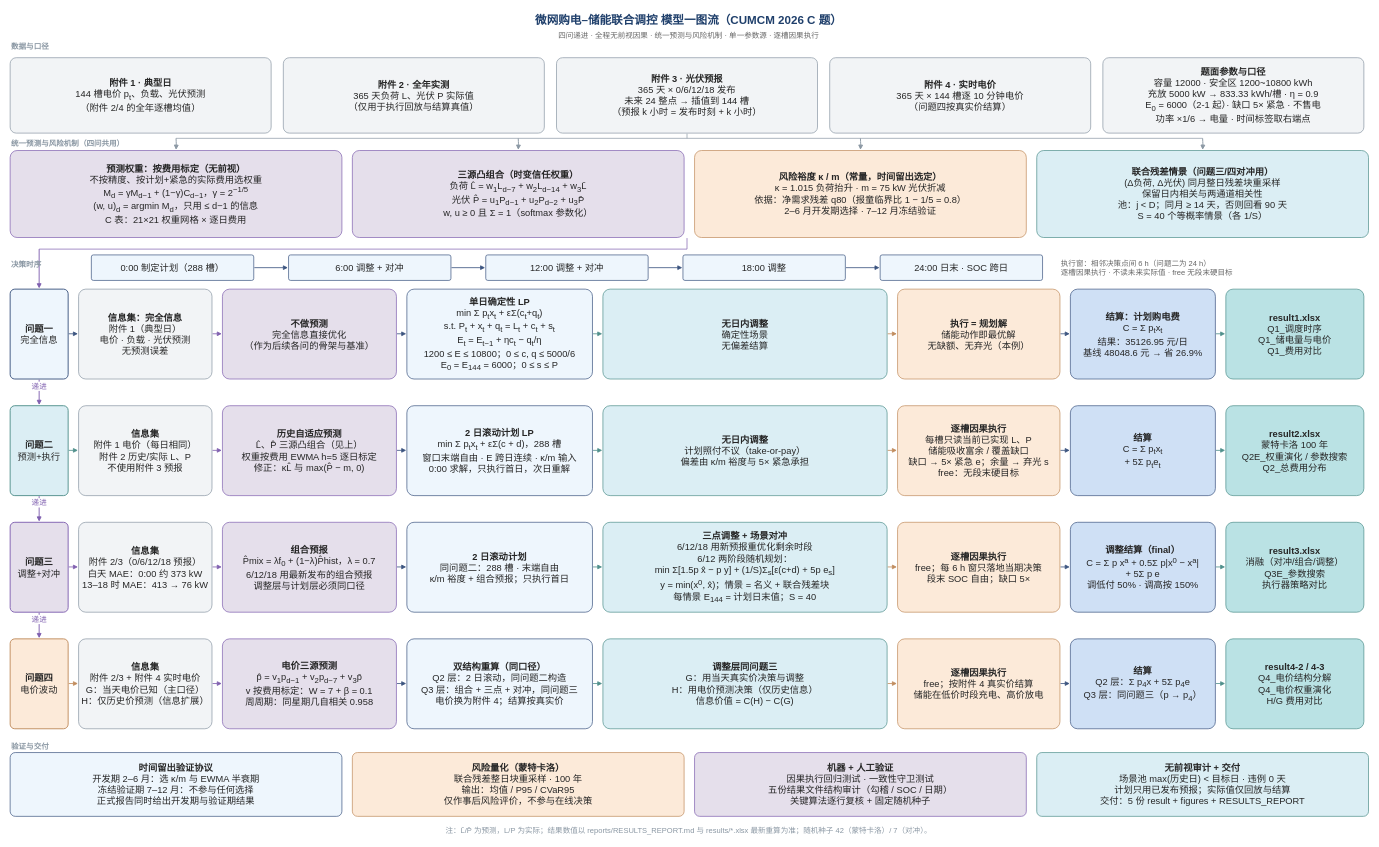
Above: figures/模型一图流.drawio in sophia7320/math_model (draw.io), before the change. Source tidied: cells renumbered, new cells numbered last; positions are measured from the earlier drawing's top-left corner, leaving out a move shared by most shapes. Both pictures are drawn from the tidied source at 58%, with x=0, y=0 at pixel (10, 10).
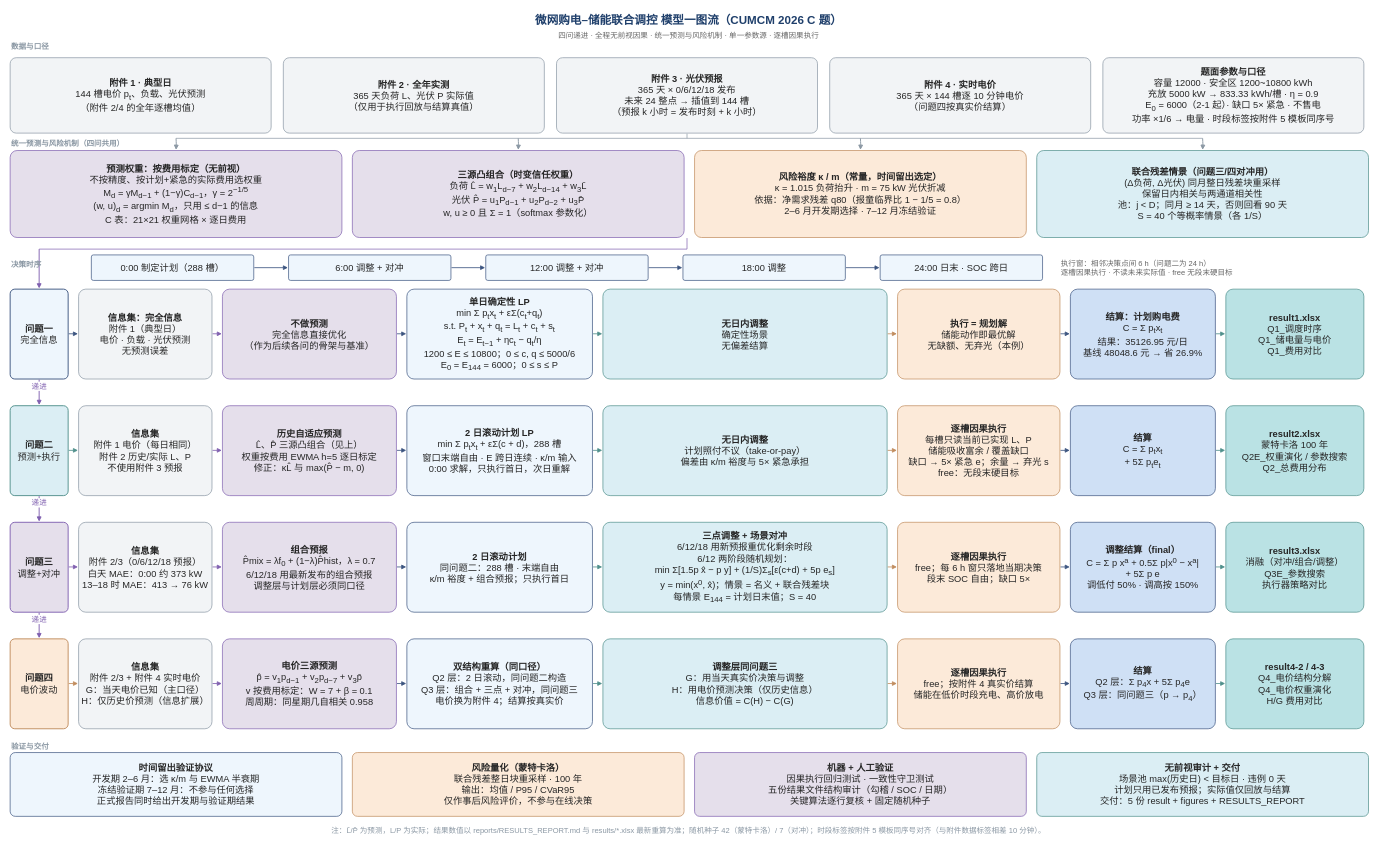
Above is the later version.

Change to the diagram source:
```diff
@@
-    <mxCell id="9" value="&lt;b&gt;题面参数与口径&lt;/b&gt;&lt;br&gt;容量 12000 · 安全区 1200~10800 kWh&lt;br&gt;充放 5000 kW → 833.33 kWh/槽 · η = 0.9&lt;br&gt;E&lt;sub&gt;0&lt;/sub&gt; = 6000（2-1 起）· 缺口 5× 紧急 · 不售电&lt;br&gt;功率 ×1/6 → 电量 · 时间标签取右端点" style="rounded=1;arcSize=8;whiteSpace=wrap;html=1;fillColor=#f2f4f6;strokeColor=#8a97a3;strokeWidth=1.2;fontSize=16;fontFamily=Microsoft YaHei,PingFang SC,Helvetica;align=center;verticalAlign=middle;fontColor=#262626;" parent="1" vertex="1">
+    <mxCell id="9" value="&lt;b&gt;题面参数与口径&lt;/b&gt;&lt;br&gt;容量 12000 · 安全区 1200~10800 kWh&lt;br&gt;充放 5000 kW → 833.33 kWh/槽 · η = 0.9&lt;br&gt;E&lt;sub&gt;0&lt;/sub&gt; = 6000（2-1 起）· 缺口 5× 紧急 · 不售电&lt;br&gt;功率 ×1/6 → 电量 · 时段标签按附件 5 模板同序号" style="rounded=1;arcSize=8;whiteSpace=wrap;html=1;fillColor=#f2f4f6;strokeColor=#8a97a3;strokeWidth=1.2;fontSize=16;fontFamily=Microsoft YaHei,PingFang SC,Helvetica;align=center;verticalAlign=middle;fontColor=#262626;" parent="1" vertex="1">
       <mxGeometry x="1884" y="82" width="450" height="130" as="geometry" />
     </mxCell>
@@
-    <mxCell id="103" value="注：L̂/P̂ 为预测，L/P 为实际；结果数值以 reports/RESULTS_REPORT.md 与 results/*.xlsx 最新重算为准；随机种子 42（蒙特卡洛）/ 7（对冲）。" style="text;html=1;strokeColor=none;fillColor=none;align=center;verticalAlign=middle;whiteSpace=wrap;fontSize=13;fontColor=#8a97a3;fontFamily=Microsoft YaHei,PingFang SC,Helvetica;" parent="1" vertex="1">
+    <mxCell id="103" value="注：L̂/P̂ 为预测，L/P 为实际；结果数值以 reports/RESULTS_REPORT.md 与 results/*.xlsx 最新重算为准；随机种子 42（蒙特卡洛）/ 7（对冲）；时段标签按附件 5 模板同序号对齐（与附件数据标签相差 10 分钟）。" style="text;html=1;strokeColor=none;fillColor=none;align=center;verticalAlign=middle;whiteSpace=wrap;fontSize=13;fontColor=#8a97a3;fontFamily=Microsoft YaHei,PingFang SC,Helvetica;" parent="1" vertex="1">
       <mxGeometry y="1404" width="2340" height="22" as="geometry" />
     </mxCell>
```
